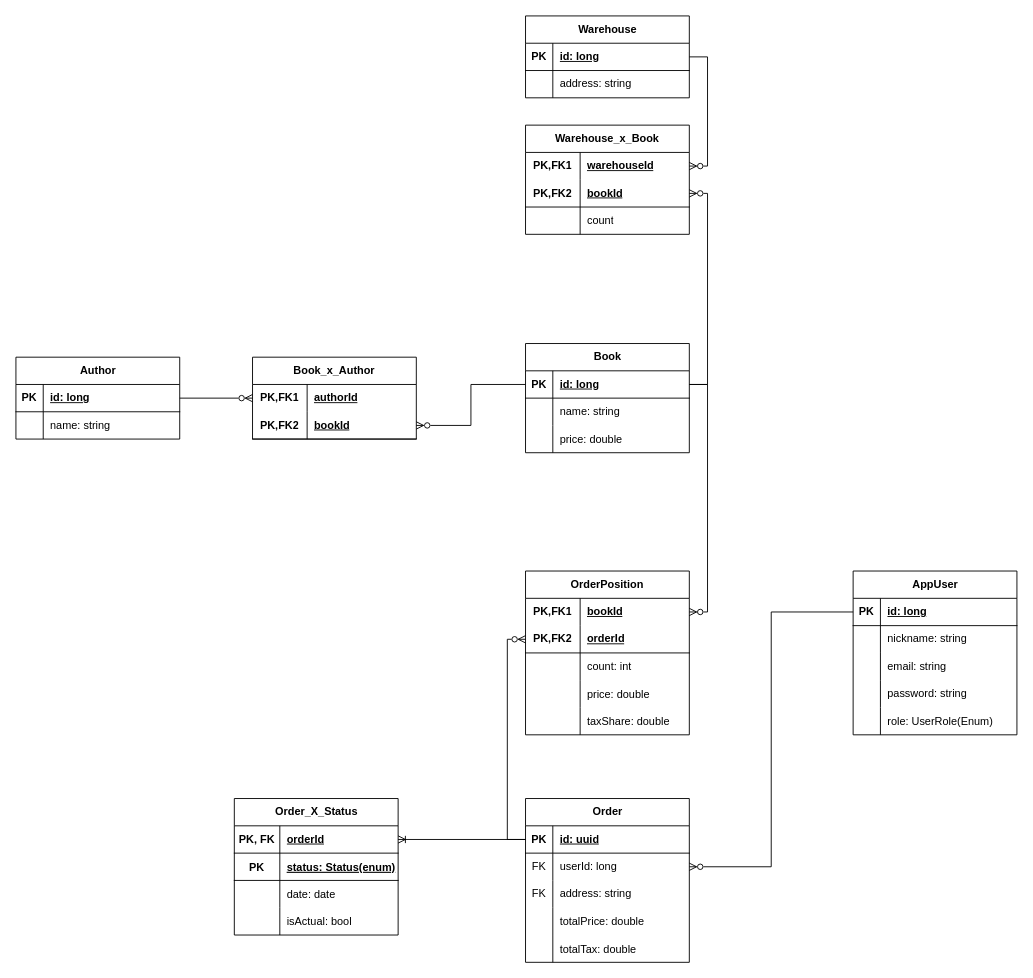
The draw.io diagram BookStoreERD.drawio in OurBookStore/TheBookStore, before the edit. Source tidied: cells renumbered, new cells numbered last; positions are measured from the earlier drawing's top-left corner, leaving out a move shared by most shapes. Both pictures are drawn from the tidied source at 91%, with x=0, y=0 at pixel (15, 15).
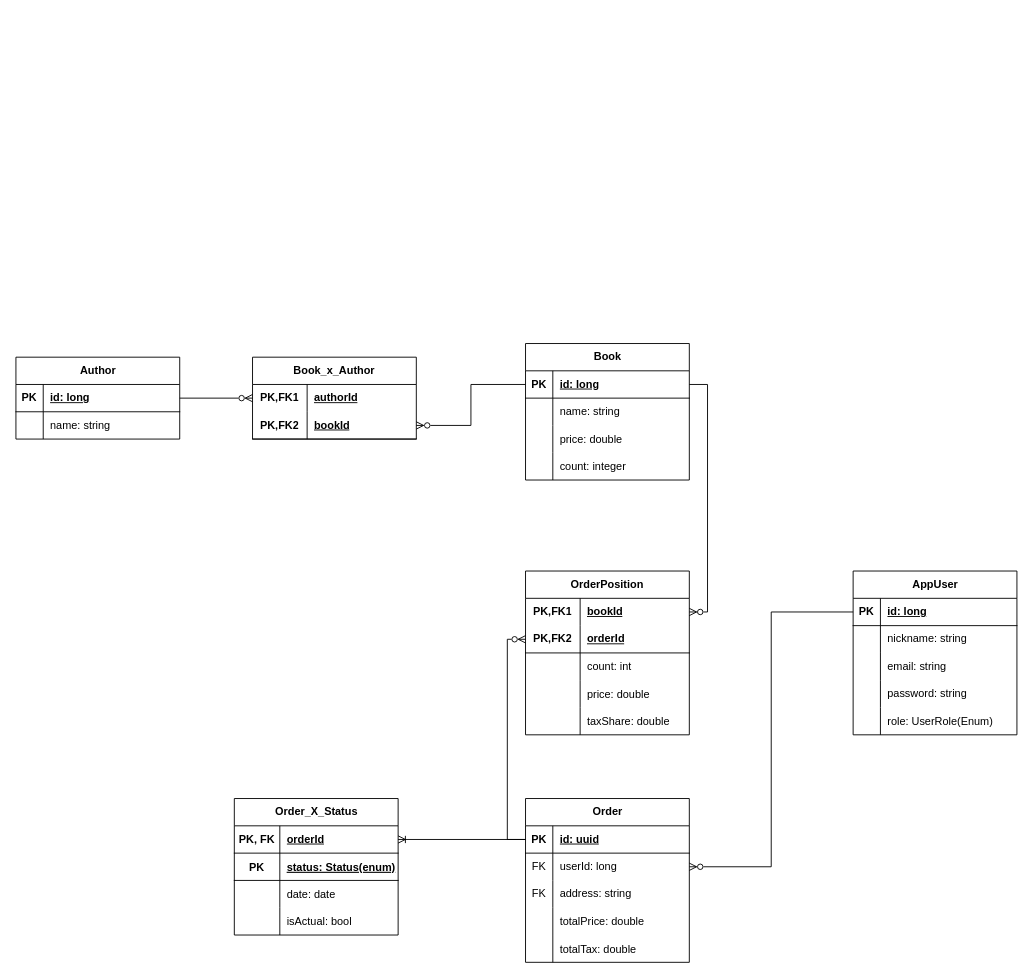
The same page after the edit.

Commit message:
убрал сущность Склада

Unchanged cells that the change refers to:
```xml
<mxCell id="3" style="shape=tableRow;horizontal=0;startSize=0;swimlaneHead=0;swimlaneBody=0;fillColor=none;points=[[0,0.5],[1,0.5]];portConstraint=eastwest;top=0;left=0;right=0;bottom=1;" parent="2" vertex="1">
  <mxGeometry y="30" width="180" height="30" as="geometry" />
</mxCell>
```

Diff of the diagram source:
```diff
@@
     <mxCell id="2" value="Book" style="shape=table;startSize=30;childLayout=tableLayout;rowLines=0;fontStyle=1;align=center;html=1;" parent="1" vertex="1">
-      <mxGeometry x="560" y="360" width="180" height="120" as="geometry" />
+      <mxGeometry x="560" y="360" width="180" height="150" as="geometry" />
     </mxCell>
@@
+    <mxCell id="112" style="shape=tableRow;horizontal=0;startSize=0;swimlaneHead=0;swimlaneBody=0;fillColor=none;top=0;left=0;right=0;bottom=0;" parent="2" vertex="1">
+      <mxGeometry y="120" width="180" height="30" as="geometry" />
+    </mxCell>
+    <mxCell id="113" style="shape=partialRectangle;fillColor=none;top=0;left=0;bottom=0;right=0;overflow=hidden;" parent="112" vertex="1">
+      <mxGeometry width="30" height="30" as="geometry" />
+    </mxCell>
+    <mxCell id="114" value="count: integer" style="shape=partialRectangle;fillColor=none;top=0;left=0;bottom=0;right=0;align=left;spacingLeft=6;overflow=hidden;" parent="112" vertex="1">
+      <mxGeometry x="30" width="150" height="30" as="geometry" />
+    </mxCell>
@@
-    <mxCell id="19" value="Warehouse" style="shape=table;startSize=30;childLayout=tableLayout;rowLines=0;fontStyle=1;align=center;html=1;" parent="1" vertex="1">
-      <mxGeometry x="560" width="180" height="90" as="geometry" />
-    </mxCell>
-    <mxCell id="20" style="shape=tableRow;horizontal=0;startSize=0;swimlaneHead=0;swimlaneBody=0;fillColor=none;points=[[0,0.5],[1,0.5]];portConstraint=eastwest;top=0;left=0;right=0;bottom=1;" parent="19" vertex="1">
-      <mxGeometry y="30" width="180" height="30" as="geometry" />
-    </mxCell>
-    <mxCell id="21" value="PK" style="shape=partialRectangle;fillColor=none;top=0;left=0;bottom=0;right=0;fontStyle=1;overflow=hidden;whiteSpace=wrap;html=1;" parent="20" vertex="1">
-      <mxGeometry width="30" height="30" as="geometry" />
-    </mxCell>
-    <mxCell id="22" value="id: long" style="shape=partialRectangle;fillColor=none;top=0;left=0;bottom=0;right=0;align=left;spacingLeft=6;fontStyle=5;overflow=hidden;whiteSpace=wrap;html=1;" parent="20" vertex="1">
-      <mxGeometry x="30" width="150" height="30" as="geometry" />
-    </mxCell>
-    <mxCell id="23" style="shape=tableRow;horizontal=0;startSize=0;swimlaneHead=0;swimlaneBody=0;fillColor=none;top=0;left=0;right=0;bottom=0;" parent="19" vertex="1">
-      <mxGeometry y="60" width="180" height="30" as="geometry" />
-    </mxCell>
-    <mxCell id="24" style="shape=partialRectangle;fillColor=none;top=0;left=0;bottom=0;right=0;overflow=hidden;whiteSpace=wrap;html=1;" parent="23" vertex="1">
-      <mxGeometry width="30" height="30" as="geometry" />
-    </mxCell>
-    <mxCell id="25" value="address: string" style="shape=partialRectangle;fillColor=none;top=0;left=0;bottom=0;right=0;align=left;spacingLeft=6;overflow=hidden;whiteSpace=wrap;html=1;" parent="23" vertex="1">
-      <mxGeometry x="30" width="150" height="30" as="geometry" />
-    </mxCell>
-    <mxCell id="26" value="Warehouse_x_Book" style="shape=table;startSize=30;childLayout=tableLayout;rowLines=0;fontStyle=1;align=center;html=1;whiteSpace=wrap;" parent="1" vertex="1">
-      <mxGeometry x="560" y="120" width="180" height="120" as="geometry" />
-    </mxCell>
-    <mxCell id="27" style="shape=tableRow;horizontal=0;startSize=0;swimlaneHead=0;swimlaneBody=0;fillColor=none;points=[[0,0.5],[1,0.5]];portConstraint=eastwest;top=0;left=0;right=0;bottom=0;html=1;" parent="26" vertex="1">
-      <mxGeometry y="30" width="180" height="30" as="geometry" />
-    </mxCell>
-    <mxCell id="28" value="PK,FK1" style="shape=partialRectangle;fillColor=none;top=0;left=0;bottom=0;right=0;fontStyle=1;overflow=hidden;html=1;whiteSpace=wrap;" parent="27" vertex="1">
-      <mxGeometry width="60" height="30" as="geometry" />
-    </mxCell>
-    <mxCell id="29" value="warehouseId" style="shape=partialRectangle;fillColor=none;top=0;left=0;bottom=0;right=0;align=left;spacingLeft=6;fontStyle=5;overflow=hidden;html=1;whiteSpace=wrap;" parent="27" vertex="1">
-      <mxGeometry x="60" width="120" height="30" as="geometry" />
-    </mxCell>
-    <mxCell id="30" style="shape=tableRow;horizontal=0;startSize=0;swimlaneHead=0;swimlaneBody=0;fillColor=none;points=[[0,0.5],[1,0.5]];portConstraint=eastwest;top=0;left=0;right=0;bottom=1;html=1;" parent="26" vertex="1">
-      <mxGeometry y="60" width="180" height="30" as="geometry" />
-    </mxCell>
-    <mxCell id="31" value="PK,FK2" style="shape=partialRectangle;fillColor=none;top=0;left=0;bottom=0;right=0;fontStyle=1;overflow=hidden;html=1;whiteSpace=wrap;" parent="30" vertex="1">
-      <mxGeometry width="60" height="30" as="geometry" />
-    </mxCell>
-    <mxCell id="32" value="bookId" style="shape=partialRectangle;fillColor=none;top=0;left=0;bottom=0;right=0;align=left;spacingLeft=6;fontStyle=5;overflow=hidden;html=1;whiteSpace=wrap;" parent="30" vertex="1">
-      <mxGeometry x="60" width="120" height="30" as="geometry" />
-    </mxCell>
-    <mxCell id="33" style="shape=tableRow;horizontal=0;startSize=0;swimlaneHead=0;swimlaneBody=0;fillColor=none;top=0;left=0;right=0;bottom=0;html=1;" parent="26" vertex="1">
-      <mxGeometry y="90" width="180" height="30" as="geometry" />
-    </mxCell>
-    <mxCell id="34" style="shape=partialRectangle;fillColor=none;top=0;left=0;bottom=0;right=0;overflow=hidden;html=1;whiteSpace=wrap;" parent="33" vertex="1">
-      <mxGeometry width="60" height="30" as="geometry" />
-    </mxCell>
-    <mxCell id="35" value="count" style="shape=partialRectangle;fillColor=none;top=0;left=0;bottom=0;right=0;align=left;spacingLeft=6;overflow=hidden;html=1;whiteSpace=wrap;" parent="33" vertex="1">
-      <mxGeometry x="60" width="120" height="30" as="geometry" />
-    </mxCell>
@@
-    <mxCell id="104" style="edgeStyle=orthogonalEdgeStyle;rounded=0;jettySize=auto;html=1;exitX=1;exitY=0.5;exitDx=0;exitDy=0;entryX=1;entryY=0.5;entryDx=0;entryDy=0;endArrow=ERzeroToMany;endFill=0;" parent="1" edge="1" source="3" target="30">
-      <mxGeometry relative="1" as="geometry" />
-    </mxCell>
-    <mxCell id="105" style="edgeStyle=orthogonalEdgeStyle;rounded=0;jettySize=auto;html=1;exitX=1;exitY=0.5;exitDx=0;exitDy=0;entryX=1;entryY=0.5;entryDx=0;entryDy=0;endArrow=ERzeroToMany;endFill=0;" parent="1" edge="1" source="20" target="27">
-      <mxGeometry relative="1" as="geometry" />
-    </mxCell>
```
